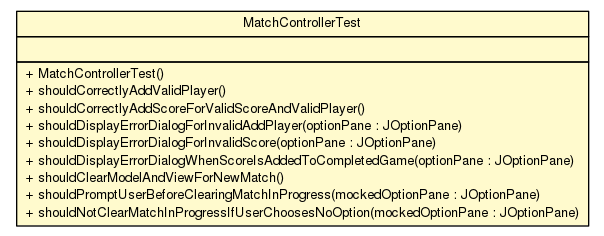
Above: documentation/tests-javadoc/thmuggleton/controller/MatchControllerTest.png in thmuggleton/bowling-desktop (Graphviz), before the change. Its source is kept beside it as documentation/tests-javadoc/thmuggleton/controller/MatchControllerTest.dot. Source of this version:
```dot

digraph G {
	edge [fontname="Helvetica",fontsize=10,labelfontname="Helvetica",labelfontsize=10];
	node [fontname="Helvetica",fontsize=10,shape=plaintext];
	nodesep=0.25;
	ranksep=0.5;
	c67 [label=<<table title="thmuggleton.controller.MatchControllerTest" border="0" cellborder="1" cellspacing="0" cellpadding="2" port="p" bgcolor="lemonChiffon" href="./MatchControllerTest.html">
		<tr><td><table border="0" cellspacing="0" cellpadding="1">
<tr><td align="center" balign="center"> MatchControllerTest </td></tr>
		</table></td></tr>
		<tr><td><table border="0" cellspacing="0" cellpadding="1">
<tr><td align="left" balign="left">  </td></tr>
		</table></td></tr>
		<tr><td><table border="0" cellspacing="0" cellpadding="1">
<tr><td align="left" balign="left"> + MatchControllerTest() </td></tr>
<tr><td align="left" balign="left"> + shouldCorrectlyAddValidPlayer() </td></tr>
<tr><td align="left" balign="left"> + shouldCorrectlyAddScoreForValidScoreAndValidPlayer() </td></tr>
<tr><td align="left" balign="left"> + shouldDisplayErrorDialogForInvalidAddPlayer(optionPane : JOptionPane) </td></tr>
<tr><td align="left" balign="left"> + shouldDisplayErrorDialogForInvalidScore(optionPane : JOptionPane) </td></tr>
<tr><td align="left" balign="left"> + shouldDisplayErrorDialogWhenScoreIsAddedToCompletedGame(optionPane : JOptionPane) </td></tr>
<tr><td align="left" balign="left"> + shouldClearModelAndViewForNewMatch() </td></tr>
<tr><td align="left" balign="left"> + shouldPromptUserBeforeClearingMatchInProgress(mockedOptionPane : JOptionPane) </td></tr>
<tr><td align="left" balign="left"> + shouldNotClearMatchInProgressIfUserChoosesNoOption(mockedOptionPane : JOptionPane) </td></tr>
		</table></td></tr>
		</table>>, URL="./MatchControllerTest.html", fontname="Helvetica", fontcolor="black", fontsize=10.0];
}
```
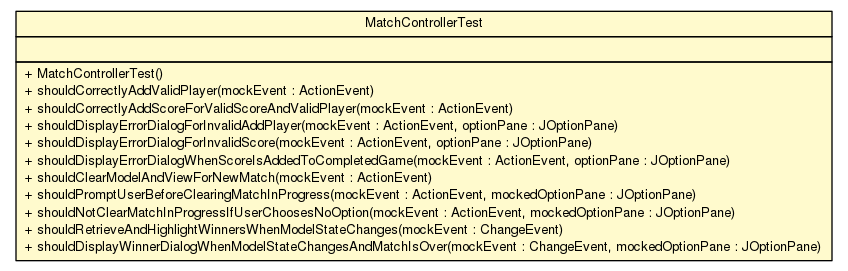
Later version of the same file.

What changed in the source:
```diff
@@ -4,7 +4,7 @@
 	node [fontname="Helvetica",fontsize=10,shape=plaintext];
 	nodesep=0.25;
 	ranksep=0.5;
-	c67 [label=<<table title="thmuggleton.controller.MatchControllerTest" border="0" cellborder="1" cellspacing="0" cellpadding="2" port="p" bgcolor="lemonChiffon" href="./MatchControllerTest.html">
+	c60 [label=<<table title="thmuggleton.controller.MatchControllerTest" border="0" cellborder="1" cellspacing="0" cellpadding="2" port="p" bgcolor="lemonChiffon" href="./MatchControllerTest.html">
 		<tr><td><table border="0" cellspacing="0" cellpadding="1">
 <tr><td align="center" balign="center"> MatchControllerTest </td></tr>
 		</table></td></tr>
@@ -13,14 +13,16 @@
 		</table></td></tr>
 		<tr><td><table border="0" cellspacing="0" cellpadding="1">
 <tr><td align="left" balign="left"> + MatchControllerTest() </td></tr>
-<tr><td align="left" balign="left"> + shouldCorrectlyAddValidPlayer() </td></tr>
-<tr><td align="left" balign="left"> + shouldCorrectlyAddScoreForValidScoreAndValidPlayer() </td></tr>
-<tr><td align="left" balign="left"> + shouldDisplayErrorDialogForInvalidAddPlayer(optionPane : JOptionPane) </td></tr>
-<tr><td align="left" balign="left"> + shouldDisplayErrorDialogForInvalidScore(optionPane : JOptionPane) </td></tr>
-<tr><td align="left" balign="left"> + shouldDisplayErrorDialogWhenScoreIsAddedToCompletedGame(optionPane : JOptionPane) </td></tr>
-<tr><td align="left" balign="left"> + shouldClearModelAndViewForNewMatch() </td></tr>
-<tr><td align="left" balign="left"> + shouldPromptUserBeforeClearingMatchInProgress(mockedOptionPane : JOptionPane) </td></tr>
-<tr><td align="left" balign="left"> + shouldNotClearMatchInProgressIfUserChoosesNoOption(mockedOptionPane : JOptionPane) </td></tr>
+<tr><td align="left" balign="left"> + shouldCorrectlyAddValidPlayer(mockEvent : ActionEvent) </td></tr>
+<tr><td align="left" balign="left"> + shouldCorrectlyAddScoreForValidScoreAndValidPlayer(mockEvent : ActionEvent) </td></tr>
+<tr><td align="left" balign="left"> + shouldDisplayErrorDialogForInvalidAddPlayer(mockEvent : ActionEvent, optionPane : JOptionPane) </td></tr>
+<tr><td align="left" balign="left"> + shouldDisplayErrorDialogForInvalidScore(mockEvent : ActionEvent, optionPane : JOptionPane) </td></tr>
+<tr><td align="left" balign="left"> + shouldDisplayErrorDialogWhenScoreIsAddedToCompletedGame(mockEvent : ActionEvent, optionPane : JOptionPane) </td></tr>
+<tr><td align="left" balign="left"> + shouldClearModelAndViewForNewMatch(mockEvent : ActionEvent) </td></tr>
+<tr><td align="left" balign="left"> + shouldPromptUserBeforeClearingMatchInProgress(mockEvent : ActionEvent, mockedOptionPane : JOptionPane) </td></tr>
+<tr><td align="left" balign="left"> + shouldNotClearMatchInProgressIfUserChoosesNoOption(mockEvent : ActionEvent, mockedOptionPane : JOptionPane) </td></tr>
+<tr><td align="left" balign="left"> + shouldRetrieveAndHighlightWinnersWhenModelStateChanges(mockEvent : ChangeEvent) </td></tr>
+<tr><td align="left" balign="left"> + shouldDisplayWinnerDialogWhenModelStateChangesAndMatchIsOver(mockEvent : ChangeEvent, mockedOptionPane : JOptionPane) </td></tr>
 		</table></td></tr>
 		</table>>, URL="./MatchControllerTest.html", fontname="Helvetica", fontcolor="black", fontsize=10.0];
 }
```
